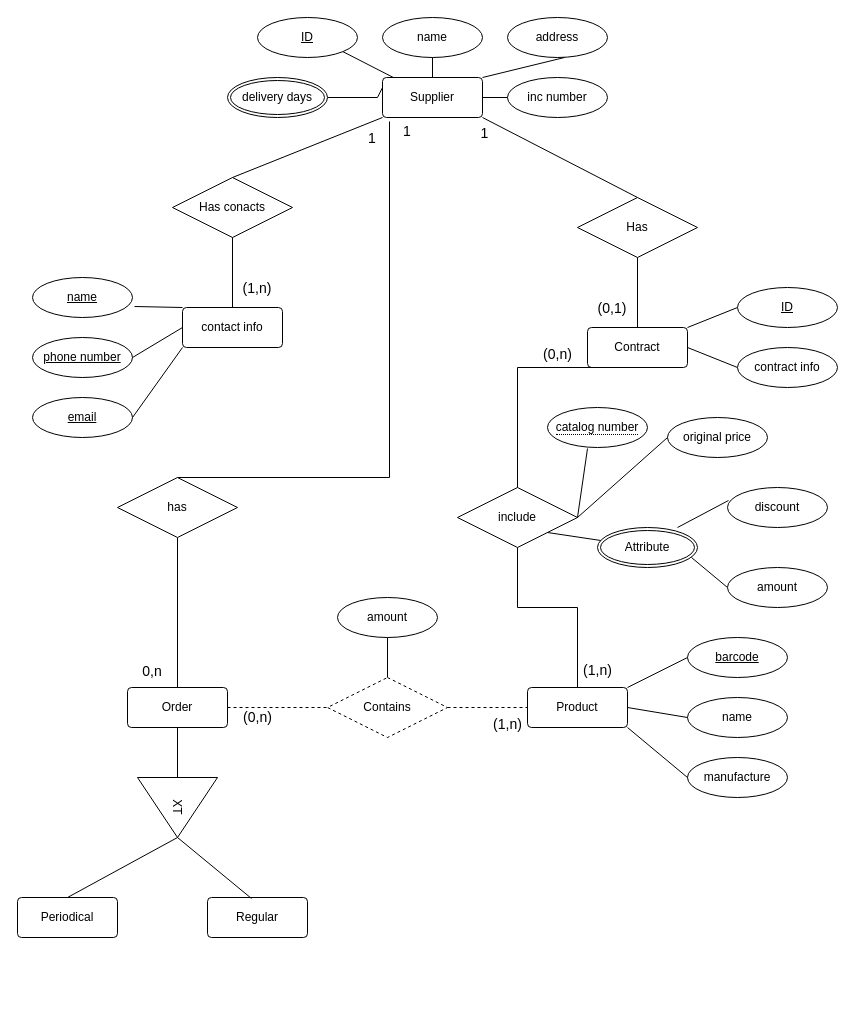
netanelpr/SupperLee keeps this draw.io diagram as docs/db/erd.drawio. Above is the earlier version. Source tidied: cells renumbered, new cells numbered last; positions are measured from the earlier drawing's top-left corner, leaving out a move shared by most shapes. Both pictures are drawn from the tidied source at 100%, with x=0, y=0 at pixel (17, 17).
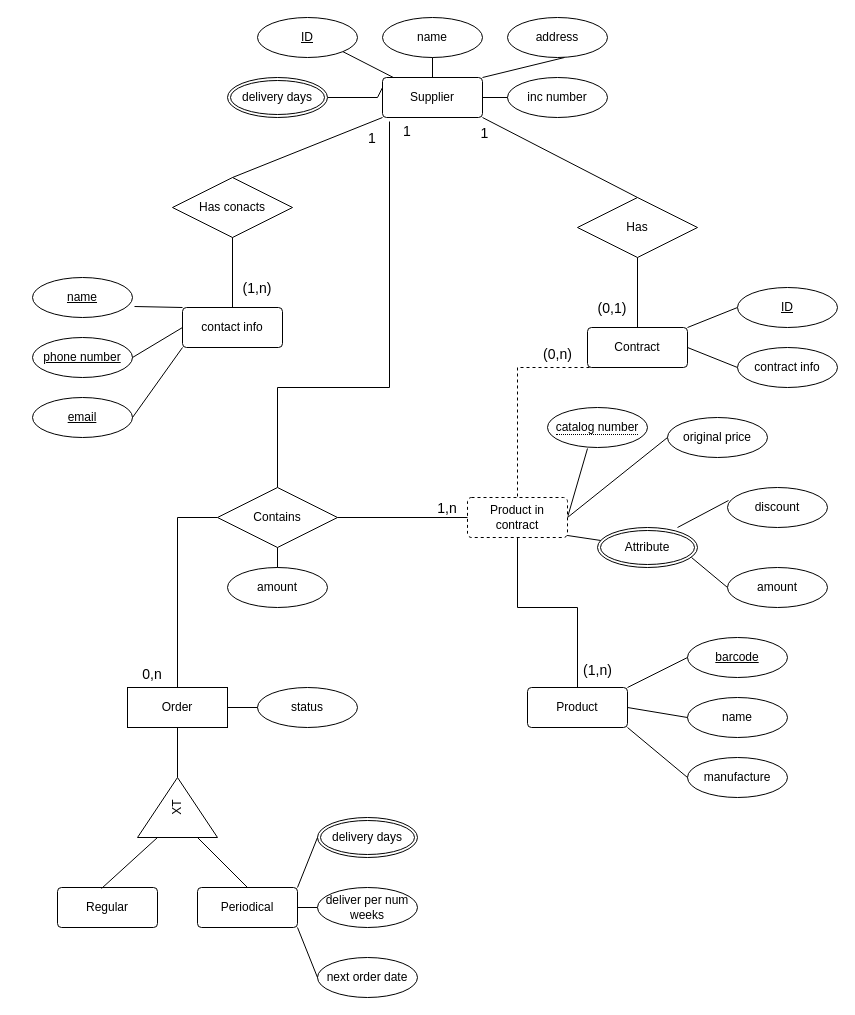
Above is the later version.

Unchanged cells that the change refers to:
```xml
<mxCell id="2" value="Supplier" style="rounded=1;arcSize=10;whiteSpace=wrap;html=1;align=center;" parent="1" vertex="1">
  <mxGeometry x="365" y="60" width="100" height="40" as="geometry" />
</mxCell>
<mxCell id="30" value="Contract" style="rounded=1;arcSize=10;whiteSpace=wrap;html=1;align=center;" parent="1" vertex="1">
  <mxGeometry x="570" y="310" width="100" height="40" as="geometry" />
</mxCell>
<mxCell id="54" value="Product" style="rounded=1;arcSize=10;whiteSpace=wrap;html=1;align=center;" parent="1" vertex="1">
  <mxGeometry x="510" y="670" width="100" height="40" as="geometry" />
</mxCell>
<mxCell id="66" value="original price" style="ellipse;whiteSpace=wrap;html=1;align=center;" parent="1" vertex="1">
  <mxGeometry x="650" y="400" width="100" height="40" as="geometry" />
</mxCell>
<mxCell id="67" value="&lt;span style=&quot;border-bottom: 1px dotted&quot;&gt;catalog number&lt;br&gt;&lt;/span&gt;" style="ellipse;html=1;align=center;whiteSpace=wrap;" parent="1" vertex="1">
  <mxGeometry x="530" y="390" width="100" height="40" as="geometry" />
</mxCell>
<mxCell id="72" value="Attribute" style="ellipse;shape=doubleEllipse;margin=3;whiteSpace=wrap;html=1;align=center;" parent="1" vertex="1">
  <mxGeometry x="580" y="510" width="100" height="40" as="geometry" />
</mxCell>
```

What changed in the source:
```diff
@@
-    <mxCell id="13" style="endArrow=none;html=1;rounded=0;entryX=0;entryY=0.5;entryDx=0;entryDy=0;exitX=1;exitY=0.5;exitDx=0;exitDy=0;dashed=1;" parent="1" edge="1" source="44" target="77">
-      <mxGeometry relative="1" as="geometry" />
-    </mxCell>
@@
-    <mxCell id="44" value="Order" style="rounded=1;arcSize=10;whiteSpace=wrap;html=1;align=center;" parent="1" vertex="1">
+    <mxCell id="44" value="Order" style="rounded=1;arcSize=0;whiteSpace=wrap;html=1;align=center;" parent="1" vertex="1">
       <mxGeometry x="110" y="670" width="100" height="40" as="geometry" />
     </mxCell>
-    <mxCell id="45" value="XT" style="triangle;whiteSpace=wrap;html=1;rotation=90;" parent="1" vertex="1">
+    <mxCell id="45" value="XT" style="triangle;whiteSpace=wrap;html=1;rotation=-90;" parent="1" vertex="1">
       <mxGeometry x="130" y="750" width="60" height="80" as="geometry" />
     </mxCell>
     <mxCell id="46" value="Periodical" style="rounded=1;arcSize=10;whiteSpace=wrap;html=1;align=center;" parent="1" vertex="1">
-      <mxGeometry y="880" width="100" height="40" as="geometry" />
+      <mxGeometry x="180" y="870" width="100" height="40" as="geometry" />
     </mxCell>
     <mxCell id="47" value="Regular" style="rounded=1;arcSize=10;whiteSpace=wrap;html=1;align=center;" parent="1" vertex="1">
-      <mxGeometry x="190" y="880" width="100" height="40" as="geometry" />
+      <mxGeometry x="40" y="870" width="100" height="40" as="geometry" />
     </mxCell>
-    <mxCell id="48" style="endArrow=none;html=1;rounded=0;entryX=0;entryY=0.5;entryDx=0;entryDy=0;exitX=1;exitY=0.5;exitDx=0;exitDy=0;dashed=1;" parent="1" edge="1" source="77" target="54">
-      <mxGeometry relative="1" as="geometry" />
-    </mxCell>
-    <mxCell id="49" style="endArrow=none;html=1;rounded=0;exitX=1;exitY=0.5;exitDx=0;exitDy=0;entryX=0.44;entryY=0.025;entryDx=0;entryDy=0;entryPerimeter=0;" parent="1" edge="1" source="45" target="47">
+    <mxCell id="49" style="endArrow=none;html=1;rounded=0;exitX=0;exitY=0.25;exitDx=0;exitDy=0;entryX=0.44;entryY=0.025;entryDx=0;entryDy=0;entryPerimeter=0;" parent="1" edge="1" source="45" target="47">
       <mxGeometry relative="1" as="geometry" />
     </mxCell>
-    <mxCell id="50" style="endArrow=none;html=1;rounded=0;entryX=1;entryY=0.5;entryDx=0;entryDy=0;exitX=0.5;exitY=0;exitDx=0;exitDy=0;" parent="1" edge="1" source="46" target="45">
+    <mxCell id="50" style="endArrow=none;html=1;rounded=0;entryX=0;entryY=0.75;entryDx=0;entryDy=0;exitX=0.5;exitY=0;exitDx=0;exitDy=0;" parent="1" edge="1" source="46" target="45">
       <mxGeometry relative="1" as="geometry" />
     </mxCell>
-    <mxCell id="51" style="endArrow=none;html=1;rounded=0;exitX=0.5;exitY=0;exitDx=0;exitDy=0;entryX=0.5;entryY=1;entryDx=0;entryDy=0;" parent="1" edge="1" source="44" target="62">
-      <mxGeometry relative="1" as="geometry" />
+    <mxCell id="51" style="endArrow=none;html=1;rounded=0;exitX=0.5;exitY=0;exitDx=0;exitDy=0;entryX=0;entryY=0.5;entryDx=0;entryDy=0;" parent="1" edge="1" source="44" target="62">
+      <mxGeometry relative="1" as="geometry">
+        <Array as="points">
+          <mxPoint x="160" y="500" />
+        </Array>
+      </mxGeometry>
     </mxCell>
-    <mxCell id="52" style="endArrow=none;html=1;rounded=0;exitX=0;exitY=0.5;exitDx=0;exitDy=0;entryX=0.5;entryY=1;entryDx=0;entryDy=0;" parent="1" edge="1" source="45" target="44">
+    <mxCell id="52" style="endArrow=none;html=1;rounded=0;exitX=1;exitY=0.5;exitDx=0;exitDy=0;entryX=0.5;entryY=1;entryDx=0;entryDy=0;" parent="1" edge="1" source="45" target="44">
       <mxGeometry relative="1" as="geometry" />
     </mxCell>
-    <mxCell id="53" value="0,n" style="text;align=center;verticalAlign=middle;spacingLeft=4;spacingRight=4;fontSize=14;" parent="1" vertex="1">
-      <mxGeometry x="120" y="643" width="30" height="20" as="geometry" />
+    <mxCell id="53" value="1,n" style="text;align=center;verticalAlign=middle;spacingLeft=4;spacingRight=4;fontSize=14;" parent="1" vertex="1">
+      <mxGeometry x="415" y="480" width="30" height="20" as="geometry" />
     </mxCell>
@@
     <mxCell id="60" style="endArrow=none;html=1;rounded=0;entryX=0.07;entryY=1.1;entryDx=0;entryDy=0;exitX=0.5;exitY=0;exitDx=0;exitDy=0;entryPerimeter=0;" parent="1" edge="1" source="62" target="2">
       <mxGeometry relative="1" as="geometry">
         <Array as="points">
-          <mxPoint x="372" y="460" />
+          <mxPoint x="260" y="370" />
+          <mxPoint x="372" y="370" />
         </Array>
       </mxGeometry>
     </mxCell>
-    <mxCell id="61" style="endArrow=none;html=1;rounded=0;entryX=0.5;entryY=0;entryDx=0;entryDy=0;exitX=0.5;exitY=1;exitDx=0;exitDy=0;" parent="1" edge="1" source="63" target="54">
+    <mxCell id="61" style="endArrow=none;html=1;rounded=0;entryX=0.5;entryY=0;entryDx=0;entryDy=0;exitX=0.5;exitY=1;exitDx=0;exitDy=0;" parent="1" edge="1" source="82" target="54">
       <mxGeometry relative="1" as="geometry">
         <Array as="points">
           <mxPoint x="500" y="590" />
           <mxPoint x="560" y="590" />
         </Array>
       </mxGeometry>
     </mxCell>
-    <mxCell id="62" value="has" style="shape=rhombus;perimeter=rhombusPerimeter;whiteSpace=wrap;html=1;align=center;" parent="1" vertex="1">
-      <mxGeometry x="100" y="460" width="120" height="60" as="geometry" />
+    <mxCell id="62" value="Contains" style="shape=rhombus;perimeter=rhombusPerimeter;whiteSpace=wrap;html=1;align=center;" parent="1" vertex="1">
+      <mxGeometry x="200" y="470" width="120" height="60" as="geometry" />
     </mxCell>
-    <mxCell id="63" value="include" style="shape=rhombus;perimeter=rhombusPerimeter;whiteSpace=wrap;html=1;align=center;noLabel=0;fixDash=0;" parent="1" vertex="1">
-      <mxGeometry x="440" y="470" width="120" height="60" as="geometry" />
-    </mxCell>
-    <mxCell id="64" style="endArrow=none;html=1;rounded=0;entryX=0.5;entryY=0;entryDx=0;entryDy=0;exitX=0.5;exitY=1;exitDx=0;exitDy=0;" parent="1" edge="1" source="30" target="63">
+    <mxCell id="64" style="endArrow=none;html=1;rounded=0;entryX=0.5;entryY=0;entryDx=0;entryDy=0;exitX=0.5;exitY=1;exitDx=0;exitDy=0;dashed=1;" parent="1" edge="1" source="30" target="82">
       <mxGeometry relative="1" as="geometry">
         <Array as="points">
           <mxPoint x="500" y="350" />
         </Array>
       </mxGeometry>
     </mxCell>
     <mxCell id="65" value="amount" style="ellipse;whiteSpace=wrap;html=1;align=center;" parent="1" vertex="1">
-      <mxGeometry x="320" y="580" width="100" height="40" as="geometry" />
+      <mxGeometry x="210" y="550" width="100" height="40" as="geometry" />
     </mxCell>
@@
-    <mxCell id="68" style="endArrow=none;html=1;rounded=0;entryX=0;entryY=0.5;entryDx=0;entryDy=0;exitX=1;exitY=0.5;exitDx=0;exitDy=0;" parent="1" edge="1" source="63" target="66">
+    <mxCell id="68" style="endArrow=none;html=1;rounded=0;entryX=0;entryY=0.5;entryDx=0;entryDy=0;exitX=1;exitY=0.5;exitDx=0;exitDy=0;" parent="1" edge="1" source="82" target="66">
       <mxGeometry relative="1" as="geometry" />
     </mxCell>
-    <mxCell id="69" style="endArrow=none;html=1;rounded=0;entryX=0.5;entryY=0;entryDx=0;entryDy=0;exitX=0.5;exitY=1;exitDx=0;exitDy=0;" parent="1" edge="1" source="65" target="77">
+    <mxCell id="69" style="endArrow=none;html=1;rounded=0;entryX=0.5;entryY=1;entryDx=0;entryDy=0;exitX=0.5;exitY=0;exitDx=0;exitDy=0;" parent="1" edge="1" source="65" target="62">
       <mxGeometry relative="1" as="geometry" />
     </mxCell>
-    <mxCell id="70" style="endArrow=none;html=1;rounded=0;entryX=0.4;entryY=1.025;entryDx=0;entryDy=0;exitX=1;exitY=0.5;exitDx=0;exitDy=0;entryPerimeter=0;" parent="1" edge="1" source="63" target="67">
+    <mxCell id="70" style="endArrow=none;html=1;rounded=0;entryX=0.4;entryY=1.025;entryDx=0;entryDy=0;exitX=1;exitY=0.5;exitDx=0;exitDy=0;entryPerimeter=0;" parent="1" edge="1" source="82" target="67">
       <mxGeometry relative="1" as="geometry" />
     </mxCell>
@@
-    <mxCell id="74" style="endArrow=none;html=1;rounded=0;exitX=1;exitY=1;exitDx=0;exitDy=0;" parent="1" edge="1" source="63" target="72">
-      <mxGeometry relative="1" as="geometry" />
+    <mxCell id="74" style="endArrow=none;html=1;rounded=0;exitX=1;exitY=1;exitDx=0;exitDy=0;" parent="1" edge="1" target="72">
+      <mxGeometry relative="1" as="geometry">
+        <mxPoint x="530" y="515" as="sourcePoint" />
+      </mxGeometry>
     </mxCell>
@@
-    <mxCell id="77" value="Contains" style="shape=rhombus;perimeter=rhombusPerimeter;whiteSpace=wrap;html=1;align=center;dashed=1;" parent="1" vertex="1">
-      <mxGeometry x="310" y="660" width="120" height="60" as="geometry" />
-    </mxCell>
@@
-    <mxCell id="80" value="(0,n)" style="text;align=center;verticalAlign=middle;spacingLeft=4;spacingRight=4;fontSize=14;html=1;" parent="1" vertex="1">
-      <mxGeometry x="200" y="687" width="80" height="26" as="geometry" />
-    </mxCell>
-    <mxCell id="81" value="(1,n)" style="text;align=center;verticalAlign=middle;spacingLeft=4;spacingRight=4;fontSize=14;html=1;" parent="1" vertex="1">
-      <mxGeometry x="450" y="694" width="80" height="26" as="geometry" />
-    </mxCell>
+    <mxCell id="82" value="Product in contract" style="rounded=1;arcSize=10;whiteSpace=wrap;html=1;align=center;dashed=1;" parent="1" vertex="1">
+      <mxGeometry x="450" y="480" width="100" height="40" as="geometry" />
+    </mxCell>
+    <mxCell id="83" style="endArrow=none;html=1;rounded=0;exitX=1;exitY=0.5;exitDx=0;exitDy=0;entryX=0;entryY=0.5;entryDx=0;entryDy=0;" parent="1" edge="1" source="62" target="82">
+      <mxGeometry relative="1" as="geometry" />
+    </mxCell>
+    <mxCell id="84" value="0,n" style="text;align=center;verticalAlign=middle;spacingLeft=4;spacingRight=4;fontSize=14;" parent="1" vertex="1">
+      <mxGeometry x="120" y="646" width="30" height="20" as="geometry" />
+    </mxCell>
+    <mxCell id="85" value="delivery days" style="ellipse;shape=doubleEllipse;margin=3;whiteSpace=wrap;html=1;align=center;" parent="1" vertex="1">
+      <mxGeometry x="300" y="800" width="100" height="40" as="geometry" />
+    </mxCell>
+    <mxCell id="86" style="endArrow=none;html=1;rounded=0;exitX=1;exitY=0.5;exitDx=0;exitDy=0;entryX=0;entryY=0.5;entryDx=0;entryDy=0;" parent="1" edge="1" source="46" target="88">
+      <mxGeometry relative="1" as="geometry" />
+    </mxCell>
+    <mxCell id="87" style="endArrow=none;html=1;rounded=0;exitX=1;exitY=0;exitDx=0;exitDy=0;entryX=0;entryY=0.5;entryDx=0;entryDy=0;" parent="1" edge="1" source="46" target="85">
+      <mxGeometry relative="1" as="geometry" />
+    </mxCell>
+    <mxCell id="88" value="deliver per num weeks " style="ellipse;whiteSpace=wrap;html=1;align=center;" parent="1" vertex="1">
+      <mxGeometry x="300" y="870" width="100" height="40" as="geometry" />
+    </mxCell>
+    <mxCell id="89" value="next order date" style="ellipse;whiteSpace=wrap;html=1;align=center;" parent="1" vertex="1">
+      <mxGeometry x="300" y="940" width="100" height="40" as="geometry" />
+    </mxCell>
+    <mxCell id="90" style="endArrow=none;html=1;rounded=0;exitX=1;exitY=1;exitDx=0;exitDy=0;entryX=0;entryY=0.5;entryDx=0;entryDy=0;" parent="1" edge="1" source="46" target="89">
+      <mxGeometry relative="1" as="geometry" />
+    </mxCell>
+    <mxCell id="91" value="status" style="ellipse;whiteSpace=wrap;html=1;align=center;" parent="1" vertex="1">
+      <mxGeometry x="240" y="670" width="100" height="40" as="geometry" />
+    </mxCell>
+    <mxCell id="92" style="endArrow=none;html=1;rounded=0;exitX=1;exitY=0.5;exitDx=0;exitDy=0;entryX=0;entryY=0.5;entryDx=0;entryDy=0;" parent="1" edge="1" source="44" target="91">
+      <mxGeometry relative="1" as="geometry" />
+    </mxCell>
```
